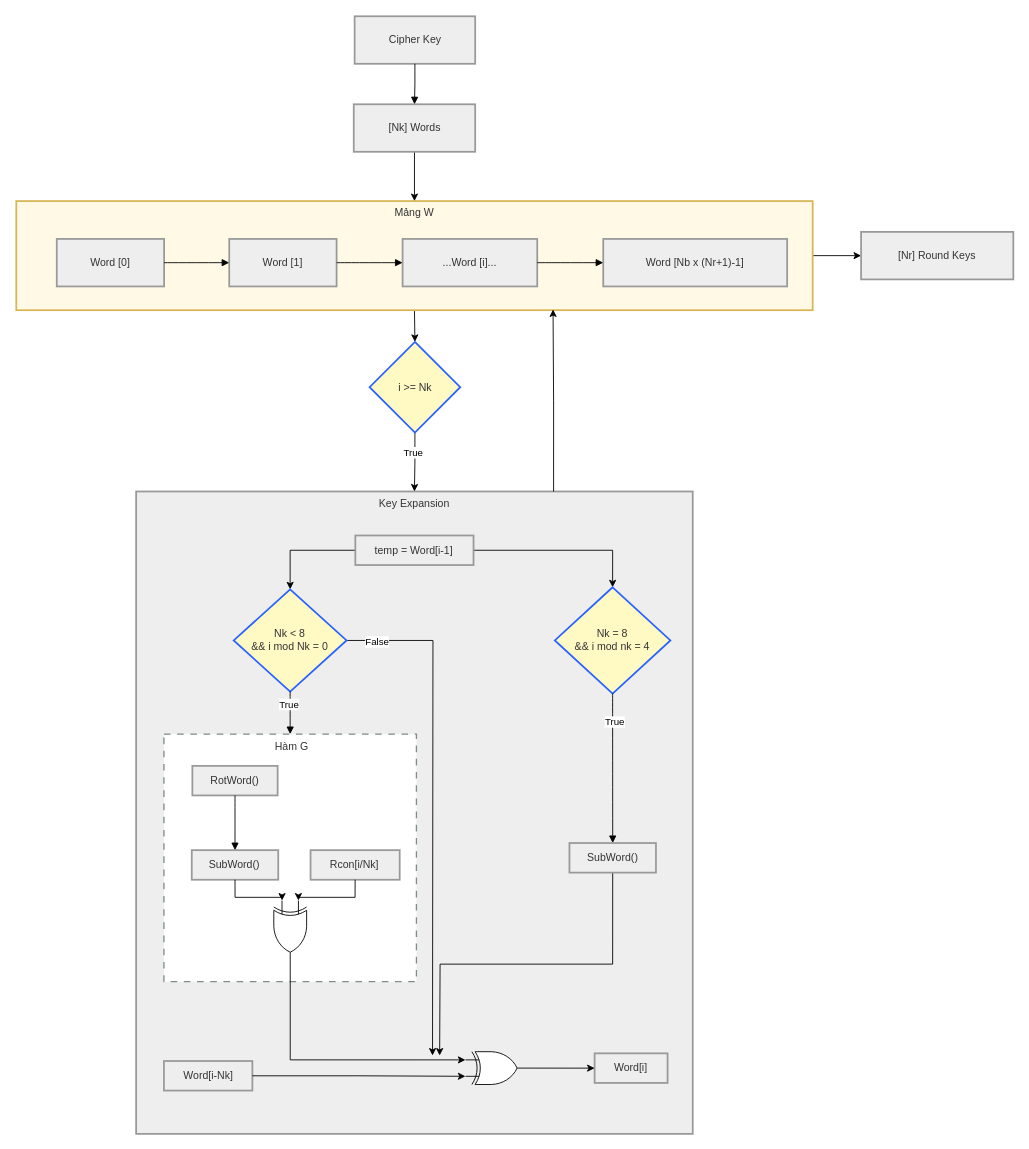
Before: diagram/drawio/AESKeyExpansion.drawio in LQLManZz/AES128-Verilog, a draw.io diagram. Source tidied: cells renumbered, new cells numbered last; positions are measured from the earlier drawing's top-left corner, leaving out a move shared by most shapes. Both pictures are drawn from the tidied source at 88%, with x=0, y=0 at pixel (16, 16).
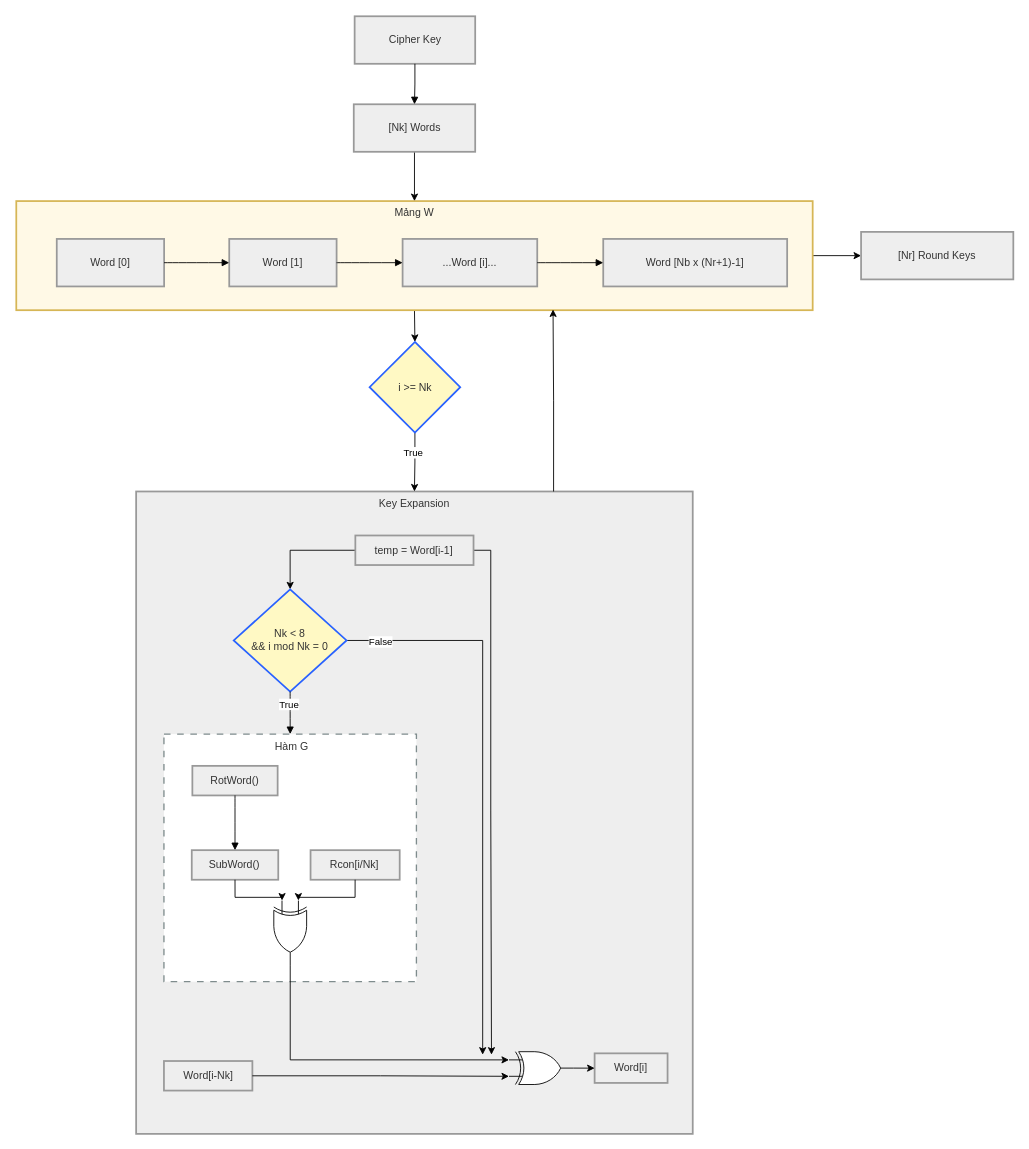
Above is the later version.

The change refers to these unchanged cells:
```xml
<mxCell id="2" value="Key Expansion" style="whiteSpace=wrap;strokeWidth=2;verticalAlign=top;fillColor=light-dark(#eeeeee,#1f2020);strokeColor=light-dark(#999999,#cccccc);fontColor=light-dark(#333333,#cccccc);" parent="1" vertex="1">
  <mxGeometry x="136.2" y="540" width="632.5" height="730" as="geometry" />
</mxCell>
<mxCell id="15" value="temp = Word[i-1]" style="whiteSpace=wrap;strokeWidth=2;fillColor=light-dark(#eeeeee,#1f2020);strokeColor=light-dark(#999999,#cccccc);fontColor=light-dark(#333333,#cccccc);" parent="2" vertex="1">
  <mxGeometry x="249.1" y="50" width="134.3" height="33.6" as="geometry" />
</mxCell>
<mxCell id="18" value="Nk &lt; 8&#10;&amp;&amp; i mod Nk = 0" style="rhombus;strokeWidth=2;whiteSpace=wrap;fillColor=#FFF9C4;strokeColor=#2962FF;fontColor=light-dark(#333333,#cccccc);" parent="2" vertex="1">
  <mxGeometry x="110.9" y="111.2" width="128.2" height="116.2" as="geometry" />
</mxCell>
```

Change to the diagram source:
```diff
@@
-    <mxCell id="14" style="edgeStyle=orthogonalEdgeStyle;rounded=0;jettySize=auto;html=1;exitX=1;exitY=0.5;exitDx=0;exitDy=0;entryX=0.5;entryY=0;entryDx=0;entryDy=0;" parent="2" edge="1" source="15" target="19">
-      <mxGeometry relative="1" as="geometry" />
-    </mxCell>
+    <mxCell id="49" style="edgeStyle=orthogonalEdgeStyle;rounded=0;jettySize=auto;html=1;exitX=1;exitY=0.5;exitDx=0;exitDy=0;" parent="2" edge="1" source="15">
+      <mxGeometry relative="1" as="geometry">
+        <mxPoint x="403.8" y="640" as="targetPoint" />
+        <Array as="points">
+          <mxPoint x="403" y="67" />
+          <mxPoint x="403" y="362" />
+          <mxPoint x="404" y="362" />
+          <mxPoint x="404" y="640" />
+        </Array>
+      </mxGeometry>
+    </mxCell>
@@
     <mxCell id="16" style="edgeStyle=orthogonalEdgeStyle;rounded=0;jettySize=auto;html=1;exitX=1;exitY=0.5;exitDx=0;exitDy=0;" parent="2" edge="1" source="18">
       <mxGeometry relative="1" as="geometry">
-        <mxPoint x="336.8" y="641" as="targetPoint" />
+        <mxPoint x="393.8" y="640" as="targetPoint" />
+        <Array as="points">
+          <mxPoint x="394" y="169" />
+        </Array>
       </mxGeometry>
     </mxCell>
@@
-    <mxCell id="19" value="Nk = 8 &#10;&amp;&amp; i mod nk = 4" style="rhombus;strokeWidth=2;whiteSpace=wrap;fillColor=#FFF9C4;strokeColor=#2962FF;fontColor=light-dark(#333333,#cccccc);" parent="2" vertex="1">
-      <mxGeometry x="475.8" y="108.9" width="131.3" height="120.7" as="geometry" />
-    </mxCell>
-    <mxCell id="20" style="edgeStyle=orthogonalEdgeStyle;rounded=0;jettySize=auto;html=1;exitX=0.5;exitY=1;exitDx=0;exitDy=0;" parent="2" edge="1" source="21">
-      <mxGeometry relative="1" as="geometry">
-        <mxPoint x="344.9" y="641" as="targetPoint" />
-      </mxGeometry>
-    </mxCell>
-    <mxCell id="21" value="SubWord()" style="whiteSpace=wrap;strokeWidth=2;fillColor=light-dark(#eeeeee,#1f2020);strokeColor=light-dark(#999999,#cccccc);fontColor=light-dark(#333333,#cccccc);" parent="2" vertex="1">
-      <mxGeometry x="492.4" y="399.5" width="98.3" height="33.6" as="geometry" />
-    </mxCell>
-    <mxCell id="22" style="curved=1;startArrow=none;endArrow=block;exitX=0.5;exitY=1;entryX=0.5;entryY=0;rounded=0;" parent="2" edge="1" source="19" target="21">
-      <mxGeometry relative="1" as="geometry" />
-    </mxCell>
-    <mxCell id="23" value="True" style="edgeLabel;html=1;align=center;verticalAlign=middle;" parent="22" vertex="1">
-      <mxGeometry x="-0.62" y="2" relative="1" as="geometry" />
-    </mxCell>
@@
     <mxCell id="27" style="verticalLabelPosition=bottom;shadow=0;dashed=0;align=center;html=1;verticalAlign=top;shape=mxgraph.electrical.logic_gates.logic_gate;operation=xor;rotation=0;" parent="2" vertex="1">
-      <mxGeometry x="374.2" y="636.6" width="73.4" height="37.3" as="geometry" />
+      <mxGeometry x="423.7" y="636.6" width="73.4" height="37.3" as="geometry" />
     </mxCell>
```
